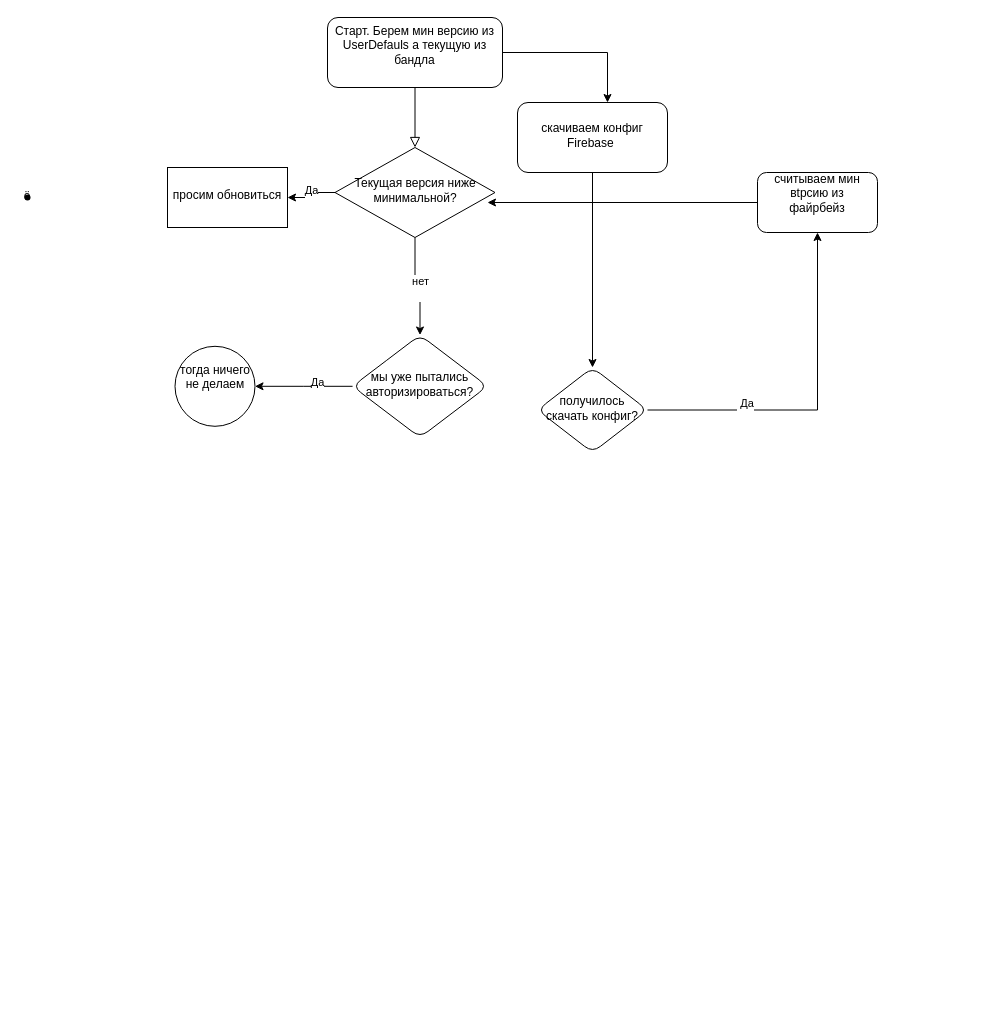
This is page "Page-1" (1 of 2) of Диаграмма без названия.drawio from Izulle/Draw, a draw.io file, before an edit. Source tidied: cells renumbered, new cells numbered last; positions are measured from the earlier drawing's top-left corner, leaving out a move shared by most shapes. Both pictures are drawn from the tidied source at 100%, with x=0, y=0 at pixel (17, 17).
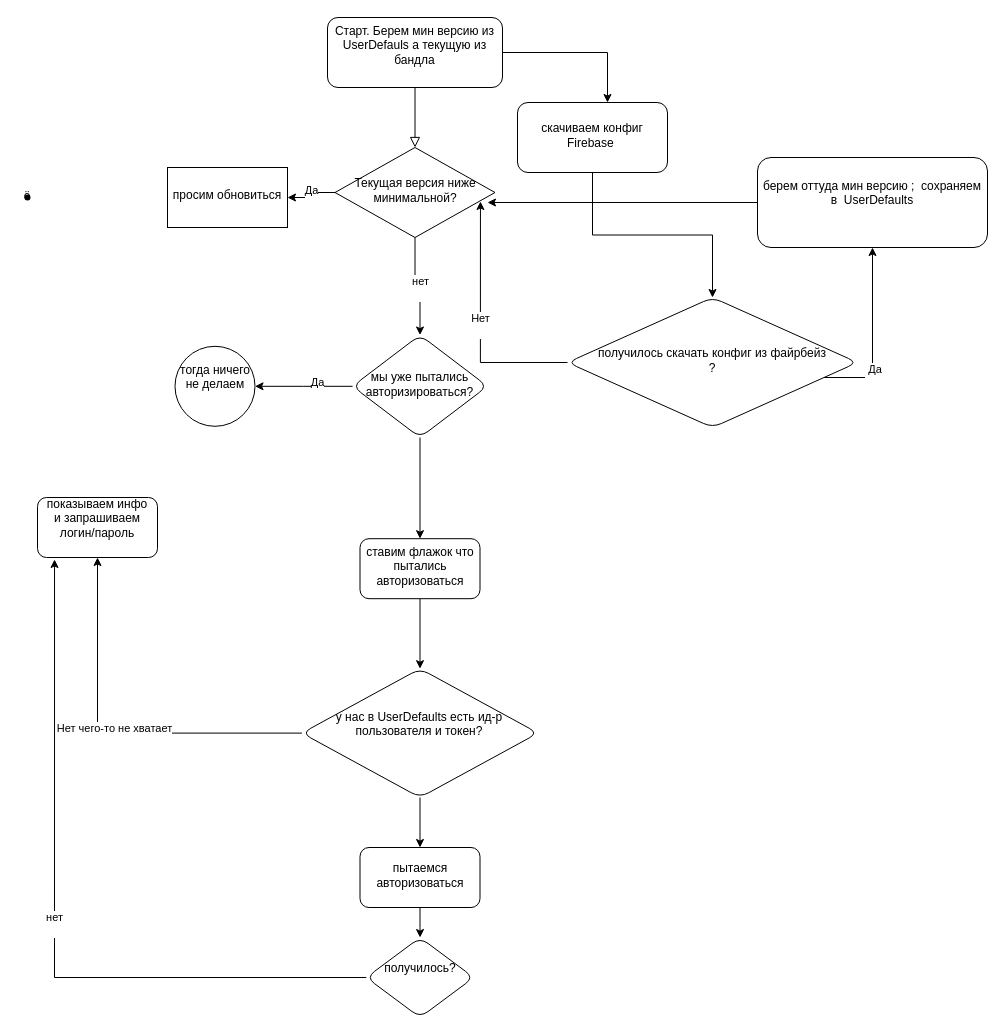
The same diagram, later.

Unchanged cells that the change refers to:
```xml
<mxCell id="9" value="Текущая версия ниже минимальной?" style="rhombus;whiteSpace=wrap;html=1;shadow=0;align=center;strokeWidth=1;spacing=6;spacingTop=-4;" parent="1" vertex="1">
  <mxGeometry x="317.5" y="130" width="160" height="90" as="geometry" />
</mxCell>
<mxCell id="21" value="мы уже пытались авторизироваться?" style="rhombus;whiteSpace=wrap;html=1;rounded=1;shadow=0;strokeWidth=1;spacing=6;spacingTop=-4;" parent="1" vertex="1">
  <mxGeometry x="335" y="317.5" width="135" height="102.5" as="geometry" />
</mxCell>
```

What changed in the source:
```diff
@@
     <mxCell id="14" style="edgeStyle=orthogonalEdgeStyle;rounded=0;jettySize=auto;html=1;" parent="1" edge="1" source="16" target="18">
-      <mxGeometry relative="1" as="geometry" />
+      <mxGeometry relative="1" as="geometry">
+        <Array as="points">
+          <mxPoint x="855" y="360" />
+        </Array>
+      </mxGeometry>
     </mxCell>
@@
+    <mxCell id="23" value="&lt;div&gt;Нет&lt;/div&gt;&lt;div&gt;&lt;br&gt;&lt;/div&gt;" style="edgeStyle=orthogonalEdgeStyle;rounded=0;jettySize=auto;html=1;exitX=0;exitY=0.5;exitDx=0;exitDy=0;entryX=0.909;entryY=0.6;entryDx=0;entryDy=0;entryPerimeter=0;" parent="1" edge="1" source="16" target="9">
+      <mxGeometry relative="1" as="geometry" />
+    </mxCell>
-    <mxCell id="16" value="получилось скачать конфиг?" style="rhombus;whiteSpace=wrap;html=1;rounded=1;shadow=0;strokeWidth=1;spacing=6;spacingTop=-4;" parent="1" vertex="1">
-      <mxGeometry x="520" y="350" width="110" height="85" as="geometry" />
+    <mxCell id="16" value="&lt;div&gt;получилось скачать конфиг из файрбейз&lt;/div&gt;&lt;div&gt;?&lt;/div&gt;" style="rhombus;whiteSpace=wrap;html=1;rounded=1;shadow=0;strokeWidth=1;spacing=6;spacingTop=-4;" parent="1" vertex="1">
+      <mxGeometry x="550" y="280" width="290" height="130" as="geometry" />
     </mxCell>
@@
-    <mxCell id="18" value="&lt;div&gt;считываем мин вtрсию из файрбейз&lt;/div&gt;&lt;div&gt;&lt;br&gt;&lt;/div&gt;" style="rounded=1;whiteSpace=wrap;html=1;shadow=0;strokeWidth=1;spacing=6;spacingTop=-4;" parent="1" vertex="1">
-      <mxGeometry x="740" y="155" width="120" height="60" as="geometry" />
+    <mxCell id="18" value="&lt;div&gt;берем оттуда мин вeрсию ;&amp;nbsp; cохраняем в&amp;nbsp; UserDefaults &lt;br&gt;&lt;/div&gt;&lt;div&gt;&lt;br&gt;&lt;/div&gt;" style="rounded=1;whiteSpace=wrap;html=1;shadow=0;strokeWidth=1;spacing=6;spacingTop=-4;" parent="1" vertex="1">
+      <mxGeometry x="740" y="140" width="230" height="90" as="geometry" />
     </mxCell>
@@
+    <mxCell id="24" style="edgeStyle=orthogonalEdgeStyle;rounded=0;jettySize=auto;html=1;" parent="1" edge="1" source="21" target="26">
+      <mxGeometry relative="1" as="geometry" />
+    </mxCell>
@@
+    <mxCell id="25" style="edgeStyle=orthogonalEdgeStyle;rounded=0;jettySize=auto;html=1;" parent="1" edge="1" source="26" target="30">
+      <mxGeometry relative="1" as="geometry" />
+    </mxCell>
+    <mxCell id="26" value="ставим флажок что пытались авторизоваться" style="rounded=1;whiteSpace=wrap;html=1;shadow=0;strokeWidth=1;spacing=6;spacingTop=-4;" parent="1" vertex="1">
+      <mxGeometry x="342.5" y="521.2" width="120" height="60" as="geometry" />
+    </mxCell>
+    <mxCell id="27" style="edgeStyle=orthogonalEdgeStyle;rounded=0;jettySize=auto;html=1;" parent="1" edge="1" source="30" target="31">
+      <mxGeometry relative="1" as="geometry" />
+    </mxCell>
+    <mxCell id="28" value="&lt;div&gt;Нет чего-то не хватает&lt;/div&gt;&lt;div&gt;&lt;br&gt;&lt;/div&gt;" style="edgeLabel;html=1;align=center;verticalAlign=middle;" parent="27" vertex="1">
+      <mxGeometry x="-0.01" y="2" relative="1" as="geometry" />
+    </mxCell>
+    <mxCell id="29" style="edgeStyle=orthogonalEdgeStyle;rounded=0;jettySize=auto;html=1;" parent="1" edge="1" source="30" target="33">
+      <mxGeometry relative="1" as="geometry" />
+    </mxCell>
+    <mxCell id="30" value="&lt;div&gt;у нас в UserDefaults есть ид-р пользователя и токен?&lt;/div&gt;&lt;div&gt;&lt;br&gt;&lt;/div&gt;" style="rhombus;whiteSpace=wrap;html=1;rounded=1;shadow=0;strokeWidth=1;spacing=6;spacingTop=-4;" parent="1" vertex="1">
+      <mxGeometry x="284.4" y="651.2" width="236.2" height="128.8" as="geometry" />
+    </mxCell>
+    <mxCell id="31" value="&lt;div&gt;показываем инфо и запрашиваем логин/пароль&lt;/div&gt;&lt;div&gt;&lt;br&gt;&lt;/div&gt;" style="rounded=1;whiteSpace=wrap;html=1;shadow=0;strokeWidth=1;spacing=6;spacingTop=-4;" parent="1" vertex="1">
+      <mxGeometry x="20" y="480" width="120" height="60" as="geometry" />
+    </mxCell>
+    <mxCell id="32" style="edgeStyle=orthogonalEdgeStyle;rounded=0;jettySize=auto;html=1;" parent="1" edge="1" source="33" target="35">
+      <mxGeometry relative="1" as="geometry" />
+    </mxCell>
+    <mxCell id="33" value="пытаемся авторизоваться" style="rounded=1;whiteSpace=wrap;html=1;shadow=0;strokeWidth=1;spacing=6;spacingTop=-4;" parent="1" vertex="1">
+      <mxGeometry x="342.5" y="830" width="120" height="60" as="geometry" />
+    </mxCell>
+    <mxCell id="34" value="&lt;div&gt;нет&lt;/div&gt;&lt;div&gt;&lt;br&gt;&lt;/div&gt;" style="edgeStyle=orthogonalEdgeStyle;rounded=0;jettySize=auto;html=1;exitX=0;exitY=0.5;exitDx=0;exitDy=0;entryX=0.142;entryY=1.033;entryDx=0;entryDy=0;entryPerimeter=0;" parent="1" edge="1" source="35" target="31">
+      <mxGeometry relative="1" as="geometry" />
+    </mxCell>
+    <mxCell id="35" value="&lt;div&gt;получилось?&lt;/div&gt;&lt;div&gt;&lt;br&gt;&lt;/div&gt;" style="rhombus;whiteSpace=wrap;html=1;rounded=1;shadow=0;strokeWidth=1;spacing=6;spacingTop=-4;" parent="1" vertex="1">
+      <mxGeometry x="348.8" y="920" width="107.5" height="80" as="geometry" />
+    </mxCell>
```
